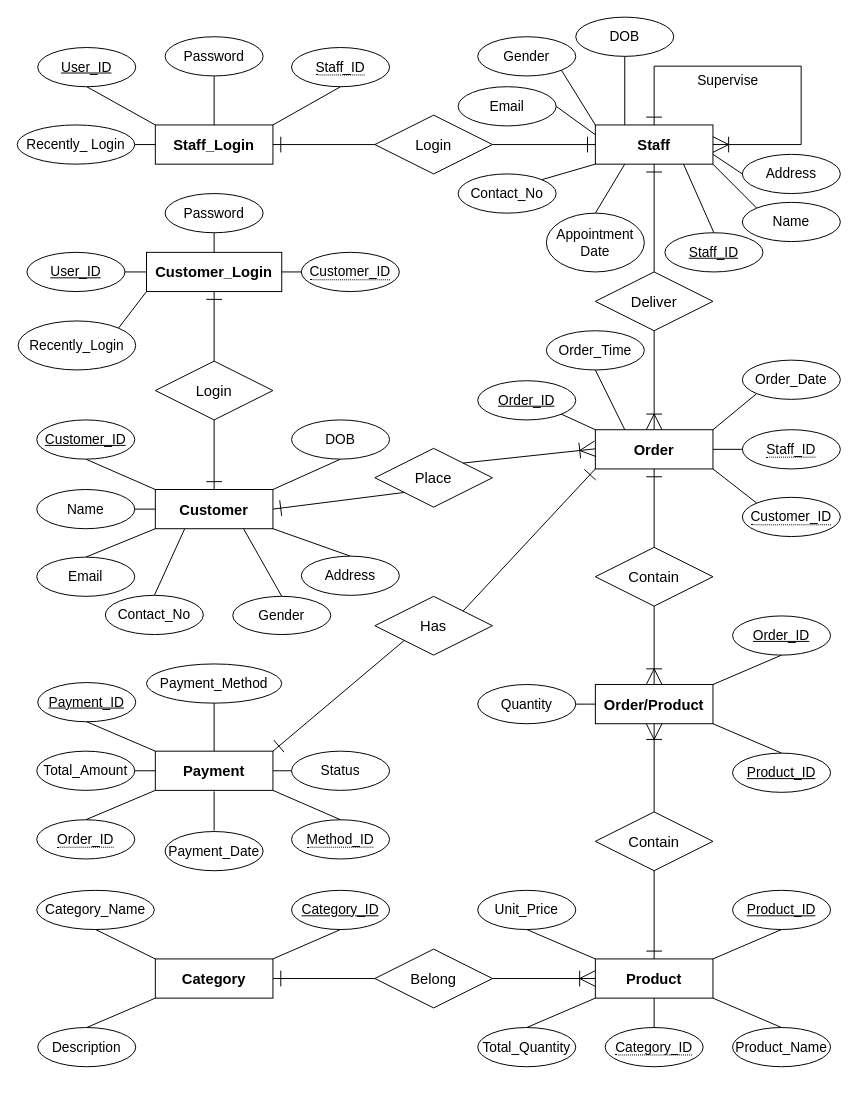
The draw.io diagram DDD/Sampath Food City.drawio in ThanushkarSiva1238/Database_Design, before the edit. Source tidied: cells renumbered, new cells numbered last; positions are measured from the earlier drawing's top-left corner, leaving out a move shared by most shapes. Both pictures are drawn from the tidied source at 98%, with x=0, y=0 at pixel (17, 17).
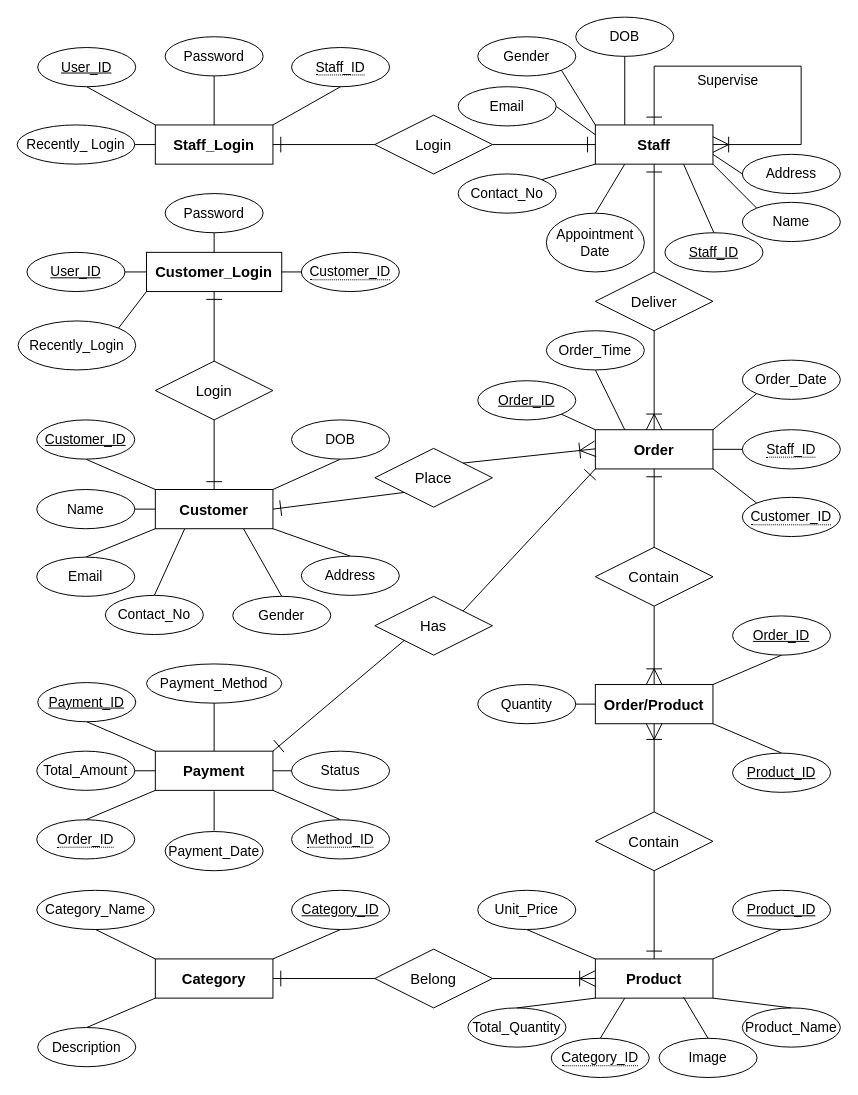
After the change.

Unchanged cells that the change refers to:
```xml
<mxCell id="40" value="&lt;h3 style=&quot;border-color: var(--border-color);&quot;&gt;&lt;font style=&quot;border-color: var(--border-color); font-size: 15px;&quot; face=&quot;arial&quot;&gt;Product&lt;/font&gt;&lt;/h3&gt;" style="whiteSpace=wrap;html=1;align=center;" parent="1" vertex="1">
  <mxGeometry x="590" y="961" width="120" height="40" as="geometry" />
</mxCell>
```

Change to the diagram source:
```diff
@@
     <mxCell id="44" value="&lt;span style=&quot;font-size: 14px;&quot;&gt;Product_Name&lt;/span&gt;" style="ellipse;whiteSpace=wrap;html=1;align=center;" parent="1" vertex="1">
-      <mxGeometry x="730" y="1031" width="100" height="40" as="geometry" />
+      <mxGeometry x="740" y="1011" width="100" height="40" as="geometry" />
     </mxCell>
@@
     <mxCell id="46" value="&lt;span style=&quot;font-size: 14px;&quot;&gt;Total_Quantity&lt;/span&gt;" style="ellipse;whiteSpace=wrap;html=1;align=center;" parent="1" vertex="1">
-      <mxGeometry x="470" y="1031" width="100" height="40" as="geometry" />
+      <mxGeometry x="460" y="1011" width="100" height="40" as="geometry" />
     </mxCell>
@@
     <mxCell id="66" value="&lt;span style=&quot;border-bottom: 1px dotted&quot;&gt;&lt;font style=&quot;font-size: 14px;&quot;&gt;Category_ID&lt;/font&gt;&lt;/span&gt;" style="ellipse;whiteSpace=wrap;html=1;align=center;" parent="1" vertex="1">
-      <mxGeometry x="600" y="1031" width="100" height="40" as="geometry" />
+      <mxGeometry x="545" y="1042" width="100" height="40" as="geometry" />
     </mxCell>
-    <mxCell id="67" style="endArrow=none;html=1;rounded=0;exitX=0.5;exitY=1;exitDx=0;exitDy=0;entryX=0.5;entryY=0;entryDx=0;entryDy=0;" parent="1" edge="1" source="40" target="66">
+    <mxCell id="67" style="endArrow=none;html=1;rounded=0;entryX=0.5;entryY=0;entryDx=0;entryDy=0;exitX=0.25;exitY=1;exitDx=0;exitDy=0;" parent="1" edge="1" source="40" target="66">
       <mxGeometry relative="1" as="geometry" />
     </mxCell>
@@
+    <mxCell id="129" value="&lt;span style=&quot;font-size: 14px;&quot;&gt;Image&lt;/span&gt;" style="ellipse;whiteSpace=wrap;html=1;align=center;" parent="1" vertex="1">
+      <mxGeometry x="655" y="1042" width="100" height="40" as="geometry" />
+    </mxCell>
+    <mxCell id="130" style="endArrow=none;html=1;rounded=0;entryX=0.5;entryY=0;entryDx=0;entryDy=0;" parent="1" edge="1" target="129">
+      <mxGeometry relative="1" as="geometry">
+        <mxPoint x="680" y="1000" as="sourcePoint" />
+      </mxGeometry>
+    </mxCell>
```
